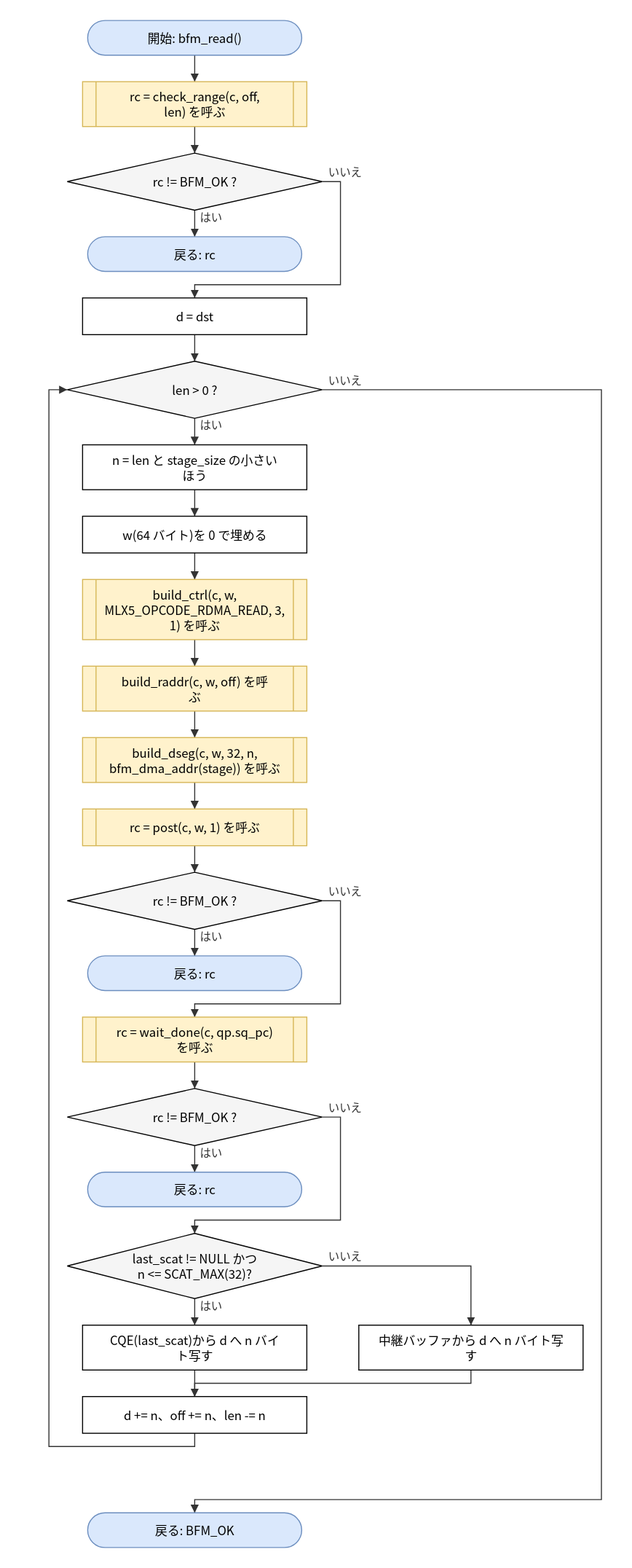
Earlier version of the draw.io export doc/spec/images/flow_src_bfm_ops-bfm_read.drawio.svg (hf355051012-ai/bfmem). Source tidied: cells renumbered, new cells last; positions are measured from the earlier drawing's top-left corner, leaving out a move shared by most shapes.
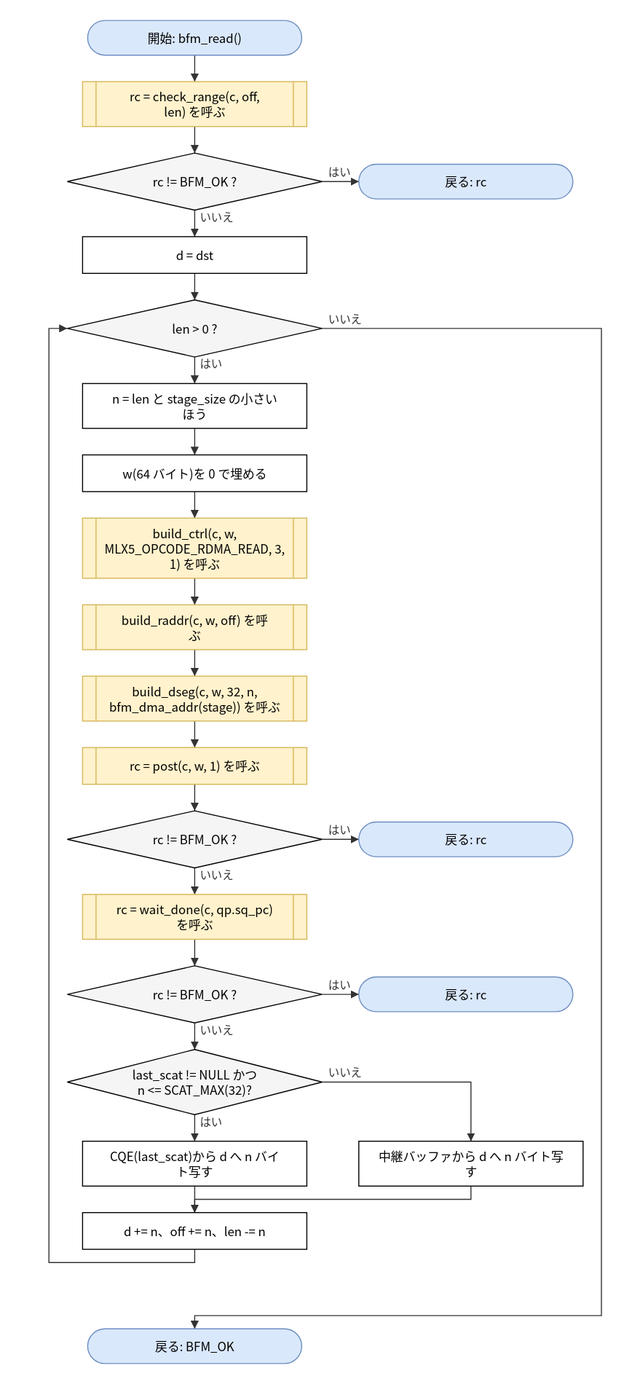
Later version of the same file.

What changed in the source:
```diff
@@ -12,61 +12,61 @@
       <mxGeometry x="18" y="130" width="250" height="56" as="geometry" />
     </mxCell>
     <mxCell id="5" value="戻る: rc" style="rounded=1;arcSize=50;whiteSpace=wrap;html=1;fillColor=#dae8fc;strokeColor=#6c8ebf;" parent="1" vertex="1">
-      <mxGeometry x="38" y="212" width="210" height="34" as="geometry" />
+      <mxGeometry x="304" y="141" width="210" height="34" as="geometry" />
     </mxCell>
     <mxCell id="6" value="d = dst" style="rounded=0;whiteSpace=wrap;html=1;" parent="1" vertex="1">
-      <mxGeometry x="33" y="272" width="220" height="36" as="geometry" />
+      <mxGeometry x="33" y="212" width="220" height="36" as="geometry" />
     </mxCell>
     <mxCell id="7" value="len &amp;gt; 0 ?" style="rhombus;whiteSpace=wrap;html=1;fillColor=#f5f5f5;" parent="1" vertex="1">
-      <mxGeometry x="18" y="334" width="250" height="56" as="geometry" />
+      <mxGeometry x="18" y="274" width="250" height="56" as="geometry" />
     </mxCell>
     <mxCell id="8" value="n = len と stage_size の小さい&lt;br&gt;ほう" style="rounded=0;whiteSpace=wrap;html=1;" parent="1" vertex="1">
-      <mxGeometry x="33" y="416" width="220" height="44" as="geometry" />
+      <mxGeometry x="33" y="356" width="220" height="44" as="geometry" />
     </mxCell>
     <mxCell id="9" value="w(64 バイト)を 0 で埋める" style="rounded=0;whiteSpace=wrap;html=1;" parent="1" vertex="1">
-      <mxGeometry x="33" y="486" width="220" height="36" as="geometry" />
+      <mxGeometry x="33" y="426" width="220" height="36" as="geometry" />
     </mxCell>
     <mxCell id="10" value="build_ctrl(c, w,&lt;br&gt;MLX5_OPCODE_RDMA_READ, 3,&lt;br&gt;1) を呼ぶ" style="shape=process;whiteSpace=wrap;html=1;backgroundOutline=1;size=0.06;fillColor=#fff2cc;strokeColor=#d6b656;" parent="1" vertex="1">
-      <mxGeometry x="33" y="548" width="220" height="59" as="geometry" />
+      <mxGeometry x="33" y="488" width="220" height="59" as="geometry" />
     </mxCell>
     <mxCell id="11" value="build_raddr(c, w, off) を呼&lt;br&gt;ぶ" style="shape=process;whiteSpace=wrap;html=1;backgroundOutline=1;size=0.06;fillColor=#fff2cc;strokeColor=#d6b656;" parent="1" vertex="1">
-      <mxGeometry x="33" y="633" width="220" height="44" as="geometry" />
+      <mxGeometry x="33" y="573" width="220" height="44" as="geometry" />
     </mxCell>
     <mxCell id="12" value="build_dseg(c, w, 32, n,&lt;br&gt;bfm_dma_addr(stage)) を呼ぶ" style="shape=process;whiteSpace=wrap;html=1;backgroundOutline=1;size=0.06;fillColor=#fff2cc;strokeColor=#d6b656;" parent="1" vertex="1">
-      <mxGeometry x="33" y="703" width="220" height="44" as="geometry" />
+      <mxGeometry x="33" y="643" width="220" height="44" as="geometry" />
     </mxCell>
     <mxCell id="13" value="rc = post(c, w, 1) を呼ぶ" style="shape=process;whiteSpace=wrap;html=1;backgroundOutline=1;size=0.06;fillColor=#fff2cc;strokeColor=#d6b656;" parent="1" vertex="1">
-      <mxGeometry x="33" y="773" width="220" height="36" as="geometry" />
+      <mxGeometry x="33" y="713" width="220" height="36" as="geometry" />
     </mxCell>
     <mxCell id="14" value="rc != BFM_OK ?" style="rhombus;whiteSpace=wrap;html=1;fillColor=#f5f5f5;" parent="1" vertex="1">
-      <mxGeometry x="18" y="835" width="250" height="56" as="geometry" />
+      <mxGeometry x="18" y="775" width="250" height="56" as="geometry" />
     </mxCell>
     <mxCell id="15" value="戻る: rc" style="rounded=1;arcSize=50;whiteSpace=wrap;html=1;fillColor=#dae8fc;strokeColor=#6c8ebf;" parent="1" vertex="1">
-      <mxGeometry x="38" y="917" width="210" height="34" as="geometry" />
+      <mxGeometry x="304" y="786" width="210" height="34" as="geometry" />
     </mxCell>
     <mxCell id="16" value="rc = wait_done(c, qp.sq_pc)&lt;br&gt;を呼ぶ" style="shape=process;whiteSpace=wrap;html=1;backgroundOutline=1;size=0.06;fillColor=#fff2cc;strokeColor=#d6b656;" parent="1" vertex="1">
-      <mxGeometry x="33" y="977" width="220" height="44" as="geometry" />
+      <mxGeometry x="33" y="857" width="220" height="44" as="geometry" />
     </mxCell>
     <mxCell id="17" value="rc != BFM_OK ?" style="rhombus;whiteSpace=wrap;html=1;fillColor=#f5f5f5;" parent="1" vertex="1">
-      <mxGeometry x="18" y="1047" width="250" height="56" as="geometry" />
+      <mxGeometry x="18" y="927" width="250" height="56" as="geometry" />
     </mxCell>
     <mxCell id="18" value="戻る: rc" style="rounded=1;arcSize=50;whiteSpace=wrap;html=1;fillColor=#dae8fc;strokeColor=#6c8ebf;" parent="1" vertex="1">
-      <mxGeometry x="38" y="1129" width="210" height="34" as="geometry" />
+      <mxGeometry x="304" y="938" width="210" height="34" as="geometry" />
     </mxCell>
     <mxCell id="19" value="last_scat != NULL かつ&lt;br&gt;n &amp;lt;= SCAT_MAX(32)?" style="rhombus;whiteSpace=wrap;html=1;fillColor=#f5f5f5;" parent="1" vertex="1">
-      <mxGeometry x="18" y="1189" width="250" height="64" as="geometry" />
+      <mxGeometry x="18" y="1009" width="250" height="64" as="geometry" />
     </mxCell>
     <mxCell id="20" value="CQE(last_scat)から d へ n バイ&lt;br&gt;ト写す" style="rounded=0;whiteSpace=wrap;html=1;" parent="1" vertex="1">
-      <mxGeometry x="33" y="1279" width="220" height="44" as="geometry" />
+      <mxGeometry x="33" y="1099" width="220" height="44" as="geometry" />
     </mxCell>
     <mxCell id="21" value="中継バッファから d へ n バイト写&lt;br&gt;す" style="rounded=0;whiteSpace=wrap;html=1;" parent="1" vertex="1">
-      <mxGeometry x="304" y="1279" width="220" height="44" as="geometry" />
+      <mxGeometry x="304" y="1099" width="220" height="44" as="geometry" />
     </mxCell>
     <mxCell id="22" value="d += n、off += n、len -= n" style="rounded=0;whiteSpace=wrap;html=1;" parent="1" vertex="1">
-      <mxGeometry x="33" y="1349" width="220" height="36" as="geometry" />
+      <mxGeometry x="33" y="1169" width="220" height="36" as="geometry" />
     </mxCell>
     <mxCell id="23" value="戻る: BFM_OK" style="rounded=1;arcSize=50;whiteSpace=wrap;html=1;fillColor=#dae8fc;strokeColor=#6c8ebf;" parent="1" vertex="1">
-      <mxGeometry x="38" y="1463" width="210" height="34" as="geometry" />
+      <mxGeometry x="38" y="1283" width="210" height="34" as="geometry" />
     </mxCell>
     <mxCell id="24" style="edgeStyle=none;html=1;rounded=0;endArrow=block;endFill=1;exitX=0.5000;exitY=1.0000;exitDx=0;exitDy=0;exitPerimeter=0;entryX=0.5000;entryY=0.0000;entryDx=0;entryDy=0;entryPerimeter=0;" parent="1" edge="1" source="2" target="3">
       <mxGeometry relative="1" as="geometry" />
@@ -74,17 +74,11 @@
     <mxCell id="25" style="edgeStyle=none;html=1;rounded=0;endArrow=block;endFill=1;exitX=0.5000;exitY=1.0000;exitDx=0;exitDy=0;exitPerimeter=0;entryX=0.5000;entryY=0.0000;entryDx=0;entryDy=0;entryPerimeter=0;" parent="1" edge="1" source="3" target="4">
       <mxGeometry relative="1" as="geometry" />
     </mxCell>
-    <mxCell id="26" value="はい" style="edgeStyle=none;html=1;rounded=0;endArrow=block;endFill=1;exitX=0.5000;exitY=1.0000;exitDx=0;exitDy=0;exitPerimeter=0;entryX=0.5000;entryY=0.0000;entryDx=0;entryDy=0;entryPerimeter=0;" parent="1" edge="1" source="4" target="5">
+    <mxCell id="26" value="はい" style="edgeStyle=none;html=1;rounded=0;endArrow=block;endFill=1;exitX=1.0000;exitY=0.5000;exitDx=0;exitDy=0;exitPerimeter=0;entryX=0.0000;entryY=0.5000;entryDx=0;entryDy=0;entryPerimeter=0;" parent="1" edge="1" source="4" target="5">
       <mxGeometry relative="1" as="geometry" />
     </mxCell>
-    <mxCell id="27" value="いいえ" style="edgeStyle=none;html=1;rounded=0;endArrow=block;endFill=1;exitX=1.0000;exitY=0.5000;exitDx=0;exitDy=0;exitPerimeter=0;entryX=0.5000;entryY=0.0000;entryDx=0;entryDy=0;entryPerimeter=0;" parent="1" edge="1" source="4" target="6">
-      <mxGeometry relative="1" as="geometry">
-        <Array as="points">
-          <mxPoint x="286" y="158" />
-          <mxPoint x="286" y="259" />
-          <mxPoint x="143" y="259" />
-        </Array>
-      </mxGeometry>
+    <mxCell id="27" value="いいえ" style="edgeStyle=none;html=1;rounded=0;endArrow=block;endFill=1;exitX=0.5000;exitY=1.0000;exitDx=0;exitDy=0;exitPerimeter=0;entryX=0.5000;entryY=0.0000;entryDx=0;entryDy=0;entryPerimeter=0;" parent="1" edge="1" source="4" target="6">
+      <mxGeometry relative="1" as="geometry" />
     </mxCell>
     <mxCell id="28" style="edgeStyle=none;html=1;rounded=0;endArrow=block;endFill=1;exitX=0.5000;exitY=1.0000;exitDx=0;exitDy=0;exitPerimeter=0;entryX=0.5000;entryY=0.0000;entryDx=0;entryDy=0;entryPerimeter=0;" parent="1" edge="1" source="6" target="7">
       <mxGeometry relative="1" as="geometry" />
@@ -110,32 +104,20 @@
     <mxCell id="35" style="edgeStyle=none;html=1;rounded=0;endArrow=block;endFill=1;exitX=0.5000;exitY=1.0000;exitDx=0;exitDy=0;exitPerimeter=0;entryX=0.5000;entryY=0.0000;entryDx=0;entryDy=0;entryPerimeter=0;" parent="1" edge="1" source="13" target="14">
       <mxGeometry relative="1" as="geometry" />
     </mxCell>
-    <mxCell id="36" value="はい" style="edgeStyle=none;html=1;rounded=0;endArrow=block;endFill=1;exitX=0.5000;exitY=1.0000;exitDx=0;exitDy=0;exitPerimeter=0;entryX=0.5000;entryY=0.0000;entryDx=0;entryDy=0;entryPerimeter=0;" parent="1" edge="1" source="14" target="15">
+    <mxCell id="36" value="はい" style="edgeStyle=none;html=1;rounded=0;endArrow=block;endFill=1;exitX=1.0000;exitY=0.5000;exitDx=0;exitDy=0;exitPerimeter=0;entryX=0.0000;entryY=0.5000;entryDx=0;entryDy=0;entryPerimeter=0;" parent="1" edge="1" source="14" target="15">
       <mxGeometry relative="1" as="geometry" />
     </mxCell>
-    <mxCell id="37" value="いいえ" style="edgeStyle=none;html=1;rounded=0;endArrow=block;endFill=1;exitX=1.0000;exitY=0.5000;exitDx=0;exitDy=0;exitPerimeter=0;entryX=0.5000;entryY=0.0000;entryDx=0;entryDy=0;entryPerimeter=0;" parent="1" edge="1" source="14" target="16">
-      <mxGeometry relative="1" as="geometry">
-        <Array as="points">
-          <mxPoint x="286" y="863" />
-          <mxPoint x="286" y="964" />
-          <mxPoint x="143" y="964" />
-        </Array>
-      </mxGeometry>
+    <mxCell id="37" value="いいえ" style="edgeStyle=none;html=1;rounded=0;endArrow=block;endFill=1;exitX=0.5000;exitY=1.0000;exitDx=0;exitDy=0;exitPerimeter=0;entryX=0.5000;entryY=0.0000;entryDx=0;entryDy=0;entryPerimeter=0;" parent="1" edge="1" source="14" target="16">
+      <mxGeometry relative="1" as="geometry" />
     </mxCell>
     <mxCell id="38" style="edgeStyle=none;html=1;rounded=0;endArrow=block;endFill=1;exitX=0.5000;exitY=1.0000;exitDx=0;exitDy=0;exitPerimeter=0;entryX=0.5000;entryY=0.0000;entryDx=0;entryDy=0;entryPerimeter=0;" parent="1" edge="1" source="16" target="17">
       <mxGeometry relative="1" as="geometry" />
     </mxCell>
-    <mxCell id="39" value="はい" style="edgeStyle=none;html=1;rounded=0;endArrow=block;endFill=1;exitX=0.5000;exitY=1.0000;exitDx=0;exitDy=0;exitPerimeter=0;entryX=0.5000;entryY=0.0000;entryDx=0;entryDy=0;entryPerimeter=0;" parent="1" edge="1" source="17" target="18">
+    <mxCell id="39" value="はい" style="edgeStyle=none;html=1;rounded=0;endArrow=block;endFill=1;exitX=1.0000;exitY=0.5000;exitDx=0;exitDy=0;exitPerimeter=0;entryX=0.0000;entryY=0.5000;entryDx=0;entryDy=0;entryPerimeter=0;" parent="1" edge="1" source="17" target="18">
       <mxGeometry relative="1" as="geometry" />
     </mxCell>
-    <mxCell id="40" value="いいえ" style="edgeStyle=none;html=1;rounded=0;endArrow=block;endFill=1;exitX=1.0000;exitY=0.5000;exitDx=0;exitDy=0;exitPerimeter=0;entryX=0.5000;entryY=0.0000;entryDx=0;entryDy=0;entryPerimeter=0;" parent="1" edge="1" source="17" target="19">
-      <mxGeometry relative="1" as="geometry">
-        <Array as="points">
-          <mxPoint x="286" y="1075" />
-          <mxPoint x="286" y="1176" />
-          <mxPoint x="143" y="1176" />
-        </Array>
-      </mxGeometry>
+    <mxCell id="40" value="いいえ" style="edgeStyle=none;html=1;rounded=0;endArrow=block;endFill=1;exitX=0.5000;exitY=1.0000;exitDx=0;exitDy=0;exitPerimeter=0;entryX=0.5000;entryY=0.0000;entryDx=0;entryDy=0;entryPerimeter=0;" parent="1" edge="1" source="17" target="19">
+      <mxGeometry relative="1" as="geometry" />
     </mxCell>
     <mxCell id="41" value="はい" style="edgeStyle=none;html=1;rounded=0;endArrow=block;endFill=1;exitX=0.5000;exitY=1.0000;exitDx=0;exitDy=0;exitPerimeter=0;entryX=0.5000;entryY=0.0000;entryDx=0;entryDy=0;entryPerimeter=0;" parent="1" edge="1" source="19" target="20">
       <mxGeometry relative="1" as="geometry" />
@@ -143,7 +125,7 @@
     <mxCell id="42" value="いいえ" style="edgeStyle=none;html=1;rounded=0;endArrow=block;endFill=1;exitX=1.0000;exitY=0.5000;exitDx=0;exitDy=0;exitPerimeter=0;entryX=0.5000;entryY=0.0000;entryDx=0;entryDy=0;entryPerimeter=0;" parent="1" edge="1" source="19" target="21">
       <mxGeometry relative="1" as="geometry">
         <Array as="points">
-          <mxPoint x="414" y="1221" />
+          <mxPoint x="414" y="1041" />
         </Array>
       </mxGeometry>
     </mxCell>
@@ -153,26 +135,26 @@
     <mxCell id="44" style="edgeStyle=none;html=1;rounded=0;endArrow=block;endFill=1;exitX=0.5000;exitY=1.0000;exitDx=0;exitDy=0;exitPerimeter=0;entryX=0.5000;entryY=0.0000;entryDx=0;entryDy=0;entryPerimeter=0;" parent="1" edge="1" source="21" target="22">
       <mxGeometry relative="1" as="geometry">
         <Array as="points">
-          <mxPoint x="414" y="1336" />
-          <mxPoint x="143" y="1336" />
+          <mxPoint x="414" y="1156" />
+          <mxPoint x="143" y="1156" />
         </Array>
       </mxGeometry>
     </mxCell>
     <mxCell id="45" style="edgeStyle=none;html=1;rounded=0;endArrow=block;endFill=1;exitX=0.5000;exitY=1.0000;exitDx=0;exitDy=0;exitPerimeter=0;entryX=0.0000;entryY=0.5000;entryDx=0;entryDy=0;entryPerimeter=0;" parent="1" edge="1" source="22" target="7">
       <mxGeometry relative="1" as="geometry">
         <Array as="points">
-          <mxPoint x="143" y="1398" />
-          <mxPoint y="1398" />
-          <mxPoint y="362" />
+          <mxPoint x="143" y="1218" />
+          <mxPoint y="1218" />
+          <mxPoint y="302" />
         </Array>
       </mxGeometry>
     </mxCell>
     <mxCell id="46" value="いいえ" style="edgeStyle=none;html=1;rounded=0;endArrow=block;endFill=1;exitX=1.0000;exitY=0.5000;exitDx=0;exitDy=0;exitPerimeter=0;entryX=0.5000;entryY=0.0000;entryDx=0;entryDy=0;entryPerimeter=0;" parent="1" edge="1" source="7" target="23">
       <mxGeometry relative="1" as="geometry">
         <Array as="points">
-          <mxPoint x="542" y="362" />
-          <mxPoint x="542" y="1450" />
-          <mxPoint x="143" y="1450" />
+          <mxPoint x="542" y="302" />
+          <mxPoint x="542" y="1270" />
+          <mxPoint x="143" y="1270" />
         </Array>
       </mxGeometry>
     </mxCell>
```
